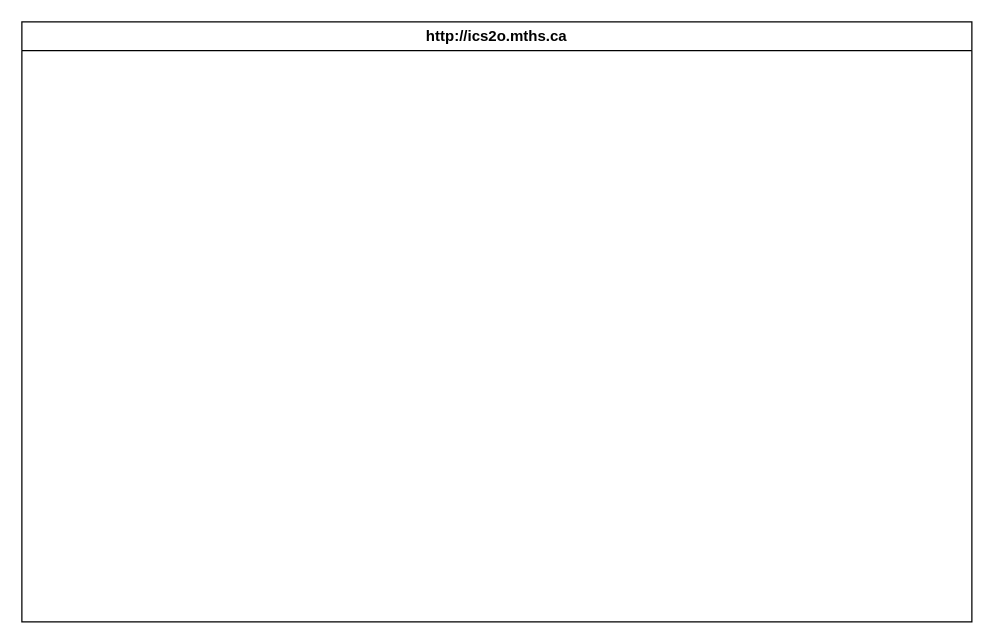
The draw.io diagram design/storyboard.drawio in clara-tyman/ICD2O-Unit-5-08-clara-tyman-PWA, before the edit. Source tidied: cells renumbered, new cells numbered last; positions are measured from the earlier drawing's top-left corner, leaving out a move shared by most shapes. Both pictures are drawn from the tidied source at 125%, with x=0, y=0 at pixel (21, 21).
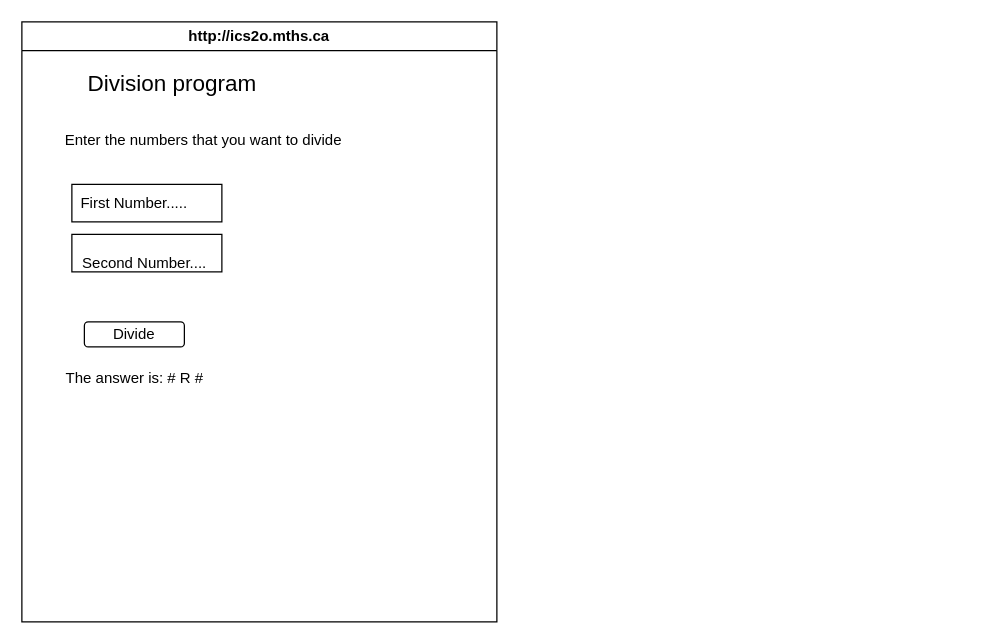
Above is the later version.

The edit, as a diff of the source:
```diff
@@
 <mxGraphModel>
   <root>
     <mxCell id="0" />
     <mxCell id="1" parent="0" />
     <mxCell id="2" value="http://ics2o.mths.ca" style="swimlane;whiteSpace=wrap;html=1;" parent="1" vertex="1">
-      <mxGeometry width="760" height="480" as="geometry" />
+      <mxGeometry width="380" height="480" as="geometry" />
     </mxCell>
+    <mxCell id="3" value="Division program" style="text;html=1;align=center;verticalAlign=middle;strokeColor=none;fillColor=none;fontSize=18;" parent="2" vertex="1">
+      <mxGeometry x="40" y="30" width="160" height="40" as="geometry" />
+    </mxCell>
+    <mxCell id="4" value="Enter the numbers that you want to divide" style="text;html=1;align=center;verticalAlign=middle;strokeColor=none;fillColor=none;fontSize=12;" parent="2" vertex="1">
+      <mxGeometry x="20" y="80" width="250" height="30" as="geometry" />
+    </mxCell>
+    <mxCell id="5" value="First Number.....&amp;nbsp; &amp;nbsp; &amp;nbsp;&amp;nbsp;" style="rounded=0;whiteSpace=wrap;html=1;fontSize=12;" parent="2" vertex="1">
+      <mxGeometry x="40" y="130" width="120" height="30" as="geometry" />
+    </mxCell>
+    <mxCell id="6" value="&lt;br&gt;Second Number....&amp;nbsp;" style="rounded=0;whiteSpace=wrap;html=1;fontSize=12;" parent="2" vertex="1">
+      <mxGeometry x="40" y="170" width="120" height="30" as="geometry" />
+    </mxCell>
+    <mxCell id="7" value="Divide" style="rounded=1;whiteSpace=wrap;html=1;fontSize=12;" parent="2" vertex="1">
+      <mxGeometry x="50" y="240" width="80" height="20" as="geometry" />
+    </mxCell>
+    <mxCell id="8" value="The answer is: # R #" style="text;html=1;align=center;verticalAlign=middle;strokeColor=none;fillColor=none;fontSize=12;" parent="2" vertex="1">
+      <mxGeometry x="25" y="270" width="130" height="30" as="geometry" />
+    </mxCell>
   </root>
 </mxGraphModel>
```
